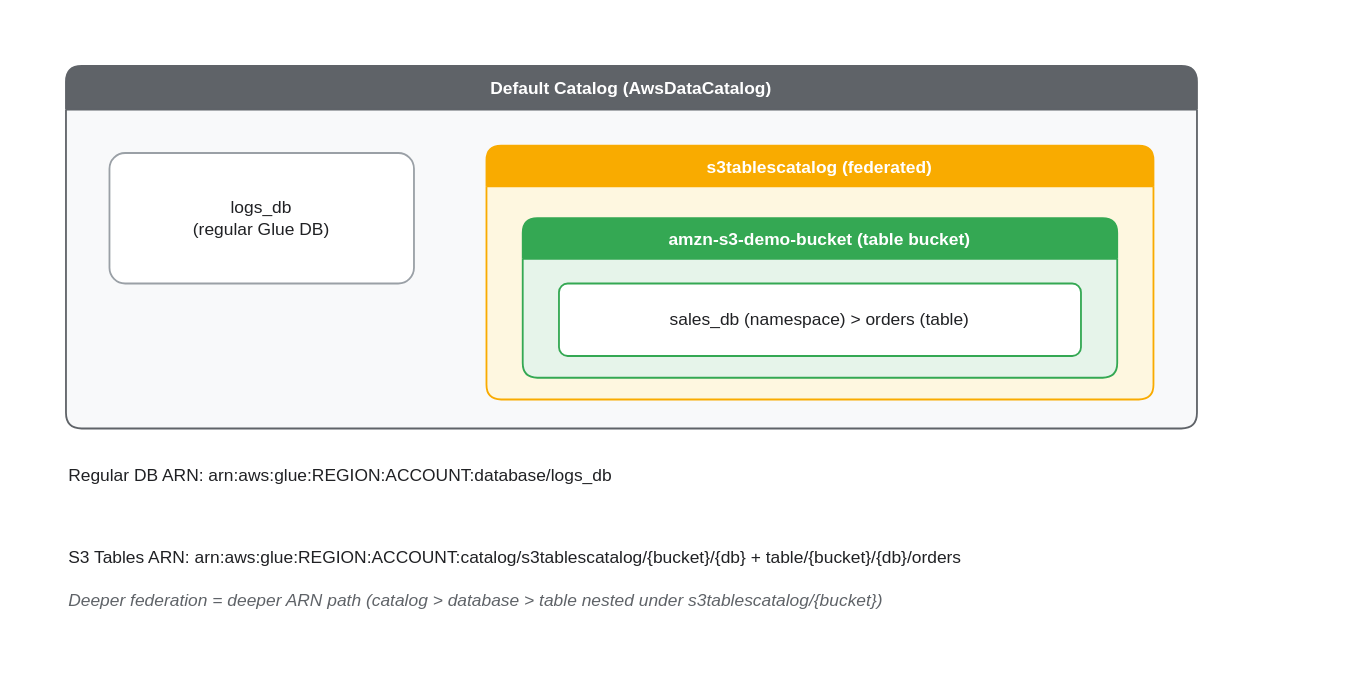
KKamJi98/kkamji98.github.io keeps this draw.io diagram as assets/img/aws/analytics-stack-06-catalog-federation.drawio. Above is the earlier version. Source tidied: cells renumbered, new cells numbered last; positions are measured from the earlier drawing's top-left corner, leaving out a move shared by most shapes. Both pictures are drawn from the tidied source at 145%, with x=0, y=0 at pixel (65, 65).
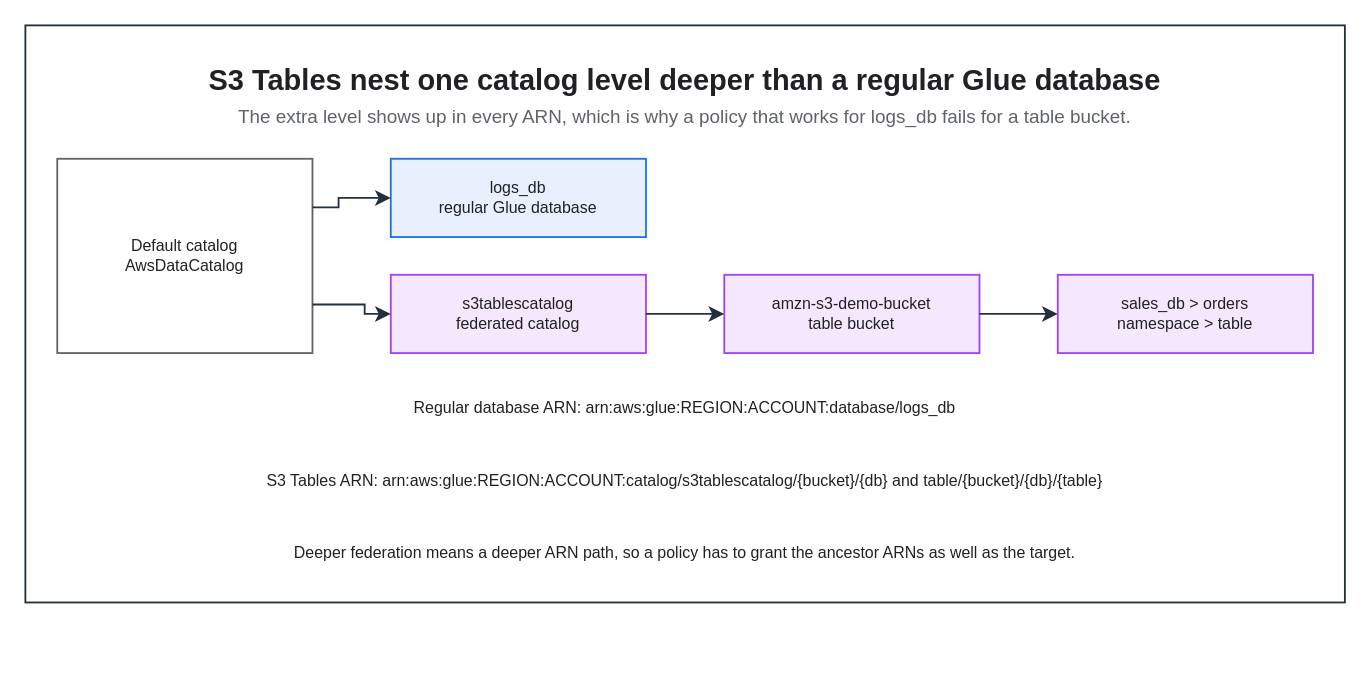
Above is the later version.

The edit, as a diff of the source:
```diff
@@
+    <mxCell id="10" style="rounded=0;html=0;fillColor=none;strokeColor=#232F3E;fontColor=#202124;strokeWidth=1.25;" parent="1" vertex="1">
+      <mxGeometry x="-28" y="-28" width="910" height="398" as="geometry" />
+    </mxCell>
+    <mxCell id="11" value="S3 Tables nest one catalog level deeper than a regular Glue database" style="text;html=0;whiteSpace=wrap;fillColor=none;strokeColor=none;fontColor=#202124;fontSize=20;fontStyle=1;align=center;verticalAlign=middle;" parent="1" vertex="1">
+      <mxGeometry x="-6" y="-6" width="866" height="30" as="geometry" />
+    </mxCell>
+    <mxCell id="12" value="The extra level shows up in every ARN, which is why a policy that works for logs_db fails for a table bucket." style="text;html=0;whiteSpace=wrap;fillColor=none;strokeColor=none;fontColor=#5F6368;fontSize=13;fontStyle=0;align=center;verticalAlign=middle;" parent="1" vertex="1">
+      <mxGeometry x="-6" y="24" width="866" height="22" as="geometry" />
+    </mxCell>
-    <mxCell id="2" value="Default Catalog (AwsDataCatalog)" style="swimlane;rounded=1;arcSize=12;html=0;startSize=30;fillColor=#5F6368;fontColor=#FFFFFF;swimlaneFillColor=#F8F9FA;strokeColor=#5F6368;fontStyle=1;shadow=0;strokeWidth=1.25;" parent="1" vertex="1">
-      <mxGeometry width="780" height="250" as="geometry" />
+    <mxCell id="2" value="Default catalog&#10;AwsDataCatalog" style="rounded=0;whiteSpace=wrap;html=0;fillColor=#FFFFFF;strokeColor=#5F6368;fontColor=#202124;fontSize=11;fontStyle=0;align=center;verticalAlign=middle;spacingLeft=6;spacingRight=6;strokeWidth=1.25;" parent="1" vertex="1">
+      <mxGeometry x="-6" y="64" width="176" height="134" as="geometry" />
     </mxCell>
-    <mxCell id="3" value="logs_db&#10;(regular Glue DB)" style="rounded=1;whiteSpace=wrap;html=0;arcSize=12;shadow=0;fillColor=#FFFFFF;strokeColor=#9AA0A6;fontColor=#202124;strokeWidth=1.25;" parent="2" vertex="1">
-      <mxGeometry x="30" y="60" width="210" height="90" as="geometry" />
+    <mxCell id="3" value="logs_db&#10;regular Glue database" style="rounded=0;whiteSpace=wrap;html=0;fillColor=#E8F0FE;strokeColor=#1A73E8;fontColor=#202124;fontSize=11;fontStyle=0;align=center;verticalAlign=middle;spacingLeft=6;spacingRight=6;strokeWidth=1.25;" parent="1" vertex="1">
+      <mxGeometry x="224" y="64" width="176" height="54" as="geometry" />
     </mxCell>
-    <mxCell id="4" value="s3tablescatalog (federated)" style="swimlane;rounded=1;arcSize=12;html=0;startSize=28;fillColor=#F9AB00;fontColor=#FFFFFF;swimlaneFillColor=#FEF7E0;strokeColor=#F9AB00;fontStyle=1;shadow=0;strokeWidth=1.25;" parent="2" vertex="1">
-      <mxGeometry x="290" y="55" width="460" height="175" as="geometry" />
+    <mxCell id="4" value="s3tablescatalog&#10;federated catalog" style="rounded=0;whiteSpace=wrap;html=0;fillColor=#F3E8FD;strokeColor=#A142F4;fontColor=#202124;fontSize=11;fontStyle=0;align=center;verticalAlign=middle;spacingLeft=6;spacingRight=6;strokeWidth=1.25;" parent="1" vertex="1">
+      <mxGeometry x="224" y="144" width="176" height="54" as="geometry" />
     </mxCell>
-    <mxCell id="5" value="amzn-s3-demo-bucket (table bucket)" style="swimlane;rounded=1;arcSize=12;html=0;startSize=28;fillColor=#34A853;fontColor=#FFFFFF;swimlaneFillColor=#E6F4EA;strokeColor=#34A853;fontStyle=1;shadow=0;strokeWidth=1.25;" parent="4" vertex="1">
-      <mxGeometry x="25" y="50" width="410" height="110" as="geometry" />
+    <mxCell id="5" value="amzn-s3-demo-bucket&#10;table bucket" style="rounded=0;whiteSpace=wrap;html=0;fillColor=#F3E8FD;strokeColor=#A142F4;fontColor=#202124;fontSize=11;fontStyle=0;align=center;verticalAlign=middle;spacingLeft=6;spacingRight=6;strokeWidth=1.25;" parent="1" vertex="1">
+      <mxGeometry x="454" y="144" width="176" height="54" as="geometry" />
     </mxCell>
-    <mxCell id="6" value="sales_db (namespace)  &gt;  orders (table)" style="rounded=1;whiteSpace=wrap;html=0;arcSize=12;shadow=0;fillColor=#FFFFFF;strokeColor=#34A853;fontColor=#202124;strokeWidth=1.25;" parent="5" vertex="1">
-      <mxGeometry x="25" y="45" width="360" height="50" as="geometry" />
+    <mxCell id="6" value="sales_db &gt; orders&#10;namespace &gt; table" style="rounded=0;whiteSpace=wrap;html=0;fillColor=#F3E8FD;strokeColor=#A142F4;fontColor=#202124;fontSize=11;fontStyle=0;align=center;verticalAlign=middle;spacingLeft=6;spacingRight=6;strokeWidth=1.25;" parent="1" vertex="1">
+      <mxGeometry x="684" y="144" width="176" height="54" as="geometry" />
     </mxCell>
-    <mxCell id="7" value="Regular DB ARN:  arn:aws:glue:REGION:ACCOUNT:database/logs_db" style="text;html=0;align=left;verticalAlign=middle;fontColor=#202124;" parent="1" vertex="1">
-      <mxGeometry y="270" width="780" height="24" as="geometry" />
+    <mxCell id="7" value="Regular database ARN:  arn:aws:glue:REGION:ACCOUNT:database/logs_db" style="text;html=0;whiteSpace=wrap;fillColor=none;strokeColor=none;fontColor=#202124;fontSize=11;fontStyle=0;align=center;verticalAlign=middle;" parent="1" vertex="1">
+      <mxGeometry x="-6" y="224" width="866" height="24" as="geometry" />
     </mxCell>
-    <mxCell id="8" value="S3 Tables ARN:  arn:aws:glue:REGION:ACCOUNT:catalog/s3tablescatalog/{bucket}/{db}  +  table/{bucket}/{db}/orders" style="text;html=0;align=left;verticalAlign=middle;fontColor=#202124;" parent="1" vertex="1">
-      <mxGeometry y="298" width="780" height="80" as="geometry" />
+    <mxCell id="8" value="S3 Tables ARN:  arn:aws:glue:REGION:ACCOUNT:catalog/s3tablescatalog/{bucket}/{db}  and  table/{bucket}/{db}/{table}" style="text;html=0;whiteSpace=wrap;fillColor=none;strokeColor=none;fontColor=#202124;fontSize=11;fontStyle=0;align=center;verticalAlign=middle;" parent="1" vertex="1">
+      <mxGeometry x="-6" y="274" width="866" height="24" as="geometry" />
     </mxCell>
-    <mxCell id="9" value="Deeper federation = deeper ARN path (catalog &gt; database &gt; table nested under s3tablescatalog/{bucket})" style="text;html=0;align=left;verticalAlign=middle;fontColor=#5F6368;fontStyle=2;" parent="1" vertex="1">
-      <mxGeometry y="328" width="780" height="80" as="geometry" />
+    <mxCell id="9" value="Deeper federation means a deeper ARN path, so a policy has to grant the ancestor ARNs as well as the target." style="text;html=0;whiteSpace=wrap;fillColor=none;strokeColor=none;fontColor=#202124;fontSize=11;fontStyle=0;align=center;verticalAlign=middle;" parent="1" vertex="1">
+      <mxGeometry x="-6" y="324" width="866" height="24" as="geometry" />
     </mxCell>
+    <mxCell id="13" style="edgeStyle=orthogonalEdgeStyle;rounded=0;html=0;strokeColor=#232F3E;strokeWidth=1.25;endArrow=classic;endFill=1;endSize=7;fontSize=11;fontColor=#202124;labelBackgroundColor=none;jettySize=14;exitX=1;exitY=0.25;entryX=0;entryY=0.5;exitDx=0;exitDy=0;entryDx=0;entryDy=0;" parent="1" edge="1" source="2" target="3">
+      <mxGeometry relative="1" as="geometry">
+        <Array as="points">
+          <mxPoint x="188" y="97.5" />
+          <mxPoint x="188" y="91" />
+        </Array>
+      </mxGeometry>
+    </mxCell>
+    <mxCell id="14" style="edgeStyle=orthogonalEdgeStyle;rounded=0;html=0;strokeColor=#232F3E;strokeWidth=1.25;endArrow=classic;endFill=1;endSize=7;fontSize=11;fontColor=#202124;labelBackgroundColor=none;jettySize=14;exitX=1;exitY=0.75;entryX=0;entryY=0.5;exitDx=0;exitDy=0;entryDx=0;entryDy=0;" parent="1" edge="1" source="2" target="4">
+      <mxGeometry relative="1" as="geometry">
+        <Array as="points">
+          <mxPoint x="206" y="164.5" />
+          <mxPoint x="206" y="171" />
+        </Array>
+      </mxGeometry>
+    </mxCell>
+    <mxCell id="15" style="edgeStyle=orthogonalEdgeStyle;rounded=0;html=0;strokeColor=#232F3E;strokeWidth=1.25;endArrow=classic;endFill=1;endSize=7;fontSize=11;fontColor=#202124;labelBackgroundColor=none;jettySize=14;exitX=1;exitY=0.5;entryX=0;entryY=0.5;exitDx=0;exitDy=0;entryDx=0;entryDy=0;" parent="1" edge="1" source="4" target="5">
+      <mxGeometry relative="1" as="geometry" />
+    </mxCell>
+    <mxCell id="16" style="edgeStyle=orthogonalEdgeStyle;rounded=0;html=0;strokeColor=#232F3E;strokeWidth=1.25;endArrow=classic;endFill=1;endSize=7;fontSize=11;fontColor=#202124;labelBackgroundColor=none;jettySize=14;exitX=1;exitY=0.5;entryX=0;entryY=0.5;exitDx=0;exitDy=0;entryDx=0;entryDy=0;" parent="1" edge="1" source="5" target="6">
+      <mxGeometry relative="1" as="geometry" />
+    </mxCell>
```
